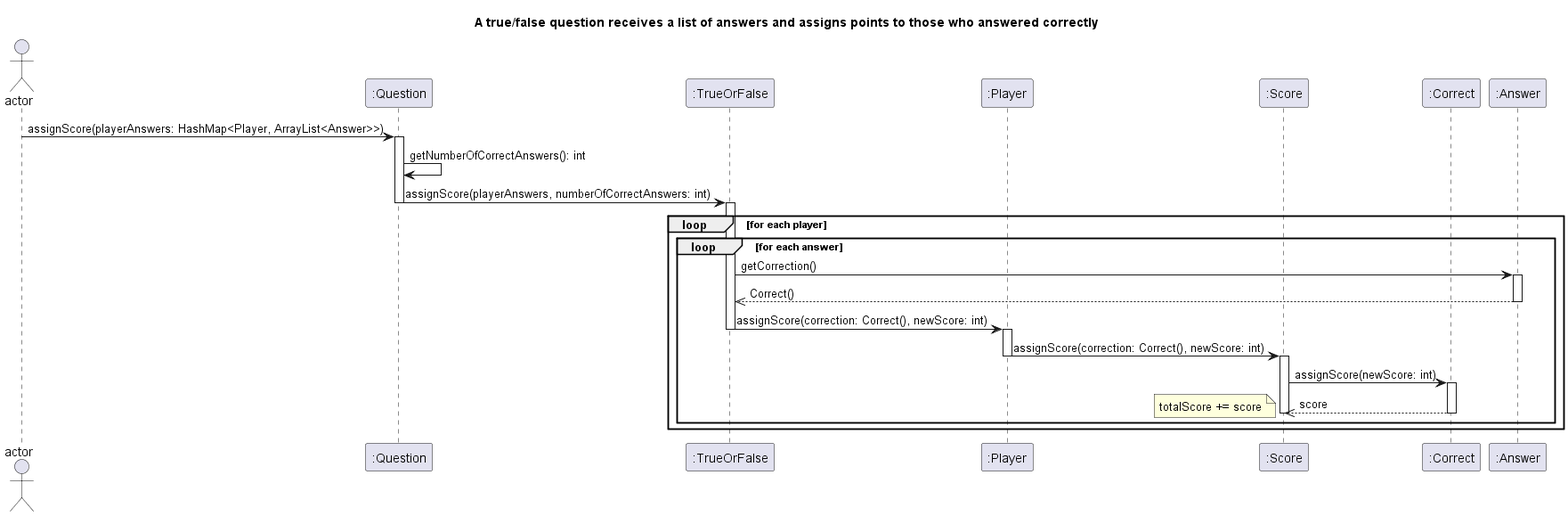
Above: UML files/SecuenceDiagramCaseOfUsePT2.png in agpelliciari/TP2-Algo-III (PlantUML), before the change. Source of this version:
```plantuml
@startuml
title: A true/false question receives a list of answers and assigns points to those who answered correctly

actor actor
participant ":Question" as question
participant ":TrueOrFalse" as type
participant ":Player" as player
participant ":Score" as score
participant ":Correct" as correction
participant ":Answer" as answer

actor -> question: assignScore(playerAnswers: HashMap<Player, ArrayList<Answer>>)
activate question
question -> question: getNumberOfCorrectAnswers(): int
question -> type: assignScore(playerAnswers, numberOfCorrectAnswers: int)
deactivate question
activate type

loop for each player

    loop for each answer
        type -> answer: getCorrection()
        activate answer
        type <<-- answer: Correct()
        deactivate answer
        type -> player: assignScore(correction: Correct(), newScore: int)
        deactivate type
        activate player
        player -> score: assignScore(correction: Correct(), newScore: int)
        deactivate player
        activate score
        score -> correction: assignScore(newScore: int)
        activate correction
        correction -->> score: score
        deactivate correction
        deactivate score
        note left: totalScore += score
    end loop

end loop
@enduml
```
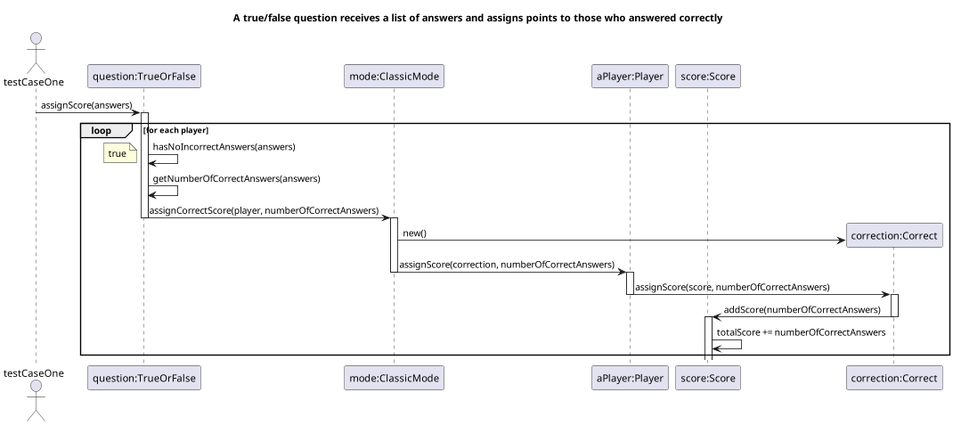
After the change.

Commit message:
#68 Modified secuence diagram

The edit, as a diff of the source:
```diff
@@ -1,41 +1,34 @@
 @startuml
 title: A true/false question receives a list of answers and assigns points to those who answered correctly
 
-actor actor
-participant ":Question" as question
-participant ":TrueOrFalse" as type
-participant ":Player" as player
-participant ":Score" as score
-participant ":Correct" as correction
-participant ":Answer" as answer
+actor testCaseOne
+participant "question:TrueOrFalse" as question
+participant "mode:ClassicMode" as type
+participant "aPlayer:Player" as player
+participant "score:Score" as score
+participant "correction:Correct" as correction
 
-actor -> question: assignScore(playerAnswers: HashMap<Player, ArrayList<Answer>>)
+testCaseOne -> question: assignScore(answers)
 activate question
-question -> question: getNumberOfCorrectAnswers(): int
-question -> type: assignScore(playerAnswers, numberOfCorrectAnswers: int)
+loop for each player
+question -> question: hasNoIncorrectAnswers(answers)
+note left: true
+question -> question: getNumberOfCorrectAnswers(answers)
+question -> type: assignCorrectScore(player, numberOfCorrectAnswers)
 deactivate question
 activate type
-
-loop for each player
-
-    loop for each answer
-        type -> answer: getCorrection()
-        activate answer
-        type <<-- answer: Correct()
-        deactivate answer
-        type -> player: assignScore(correction: Correct(), newScore: int)
-        deactivate type
-        activate player
-        player -> score: assignScore(correction: Correct(), newScore: int)
-        deactivate player
-        activate score
-        score -> correction: assignScore(newScore: int)
-        activate correction
-        correction -->> score: score
-        deactivate correction
-        deactivate score
-        note left: totalScore += score
-    end loop
+create correction
+type -> correction: new()
+type -> player: assignScore(correction, numberOfCorrectAnswers)
+deactivate type
+activate player
+player -> correction: assignScore(score, numberOfCorrectAnswers)
+deactivate player
+activate correction
+correction -> score: addScore(numberOfCorrectAnswers)
+deactivate correction
+activate score
+score -> score: totalScore += numberOfCorrectAnswers
 
 end loop
 @enduml
```
